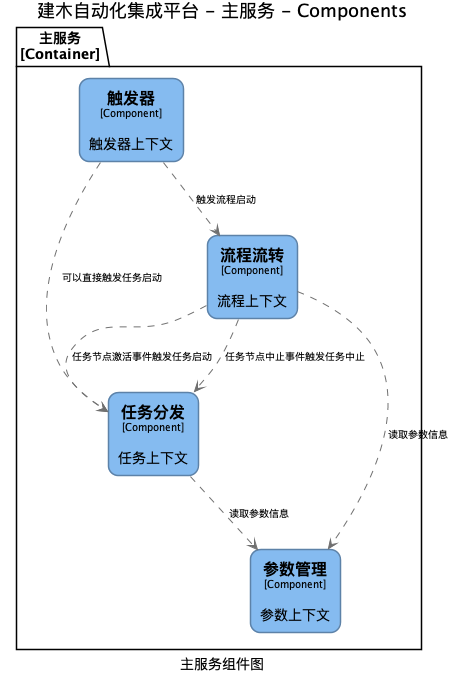
Before: out/c4/structurizr-web-component/建木自动化集成平台 - 主服务 - Components.png, a diagram exported from PlantUML (jianmu-dev/jianmu-architecture-as-code). The source it was exported from:
```plantuml
@startuml(id=web-component)
title 建木自动化集成平台 - 主服务 - Components
caption 主服务组件图

skinparam {
  shadowing false
  arrowFontSize 10
  defaultTextAlignment center
  wrapWidth 200
  maxMessageSize 100
}
hide stereotype
top to bottom direction
skinparam rectangle<<4>> {
  BackgroundColor #85bbf0
  FontColor #000000
  BorderColor #5D82A8
  roundCorner 20
}
skinparam rectangle<<5>> {
  BackgroundColor #85bbf0
  FontColor #000000
  BorderColor #5D82A8
  roundCorner 20
}
skinparam rectangle<<6>> {
  BackgroundColor #85bbf0
  FontColor #000000
  BorderColor #5D82A8
  roundCorner 20
}
skinparam rectangle<<7>> {
  BackgroundColor #85bbf0
  FontColor #000000
  BorderColor #5D82A8
  roundCorner 20
}
package "主服务\n[Container]" {
  rectangle "==任务分发\n<size:10>[Component]</size>\n\n任务上下文" <<6>> as 6
  rectangle "==参数管理\n<size:10>[Component]</size>\n\n参数上下文" <<7>> as 7
  rectangle "==流程流转\n<size:10>[Component]</size>\n\n流程上下文" <<5>> as 5
  rectangle "==触发器\n<size:10>[Component]</size>\n\n触发器上下文" <<4>> as 4
}
6 .[#707070].> 7 : "读取参数信息"
5 .[#707070].> 6 : "任务节点激活事件触发任务启动"
5 .[#707070].> 6 : "任务节点中止事件触发任务中止"
5 .[#707070].> 7 : "读取参数信息"
4 .[#707070].> 6 : "可以直接触发任务启动"
4 .[#707070].> 5 : "触发流程启动"
@enduml
```
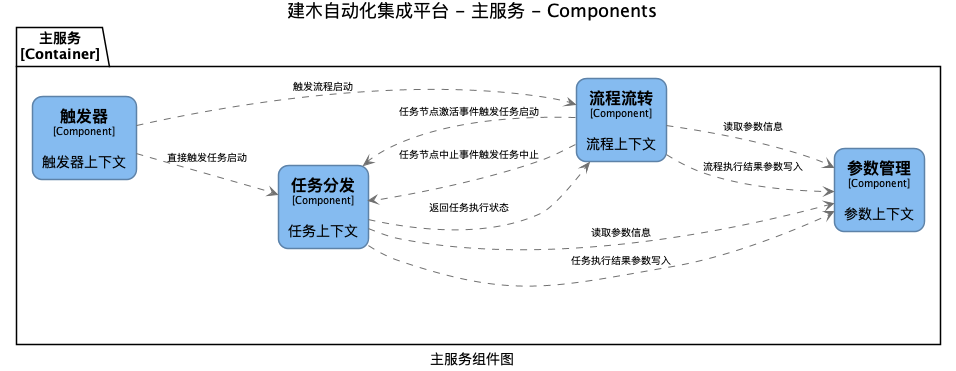
Above is the later version.

Diff of the diagram source:
```diff
@@ -10,7 +10,7 @@
   maxMessageSize 100
 }
 hide stereotype
-top to bottom direction
+left to right direction
 skinparam rectangle<<4>> {
   BackgroundColor #85bbf0
   FontColor #000000
@@ -41,10 +41,13 @@
   rectangle "==流程流转\n<size:10>[Component]</size>\n\n流程上下文" <<5>> as 5
   rectangle "==触发器\n<size:10>[Component]</size>\n\n触发器上下文" <<4>> as 4
 }
+6 .[#707070].> 7 : "任务执行结果参数写入"
 6 .[#707070].> 7 : "读取参数信息"
+6 .[#707070].> 5 : "返回任务执行状态"
+5 .[#707070].> 6 : "任务节点中止事件触发任务中止"
 5 .[#707070].> 6 : "任务节点激活事件触发任务启动"
-5 .[#707070].> 6 : "任务节点中止事件触发任务中止"
+5 .[#707070].> 7 : "流程执行结果参数写入"
 5 .[#707070].> 7 : "读取参数信息"
-4 .[#707070].> 6 : "可以直接触发任务启动"
+4 .[#707070].> 6 : "直接触发任务启动"
 4 .[#707070].> 5 : "触发流程启动"
 @enduml
```
